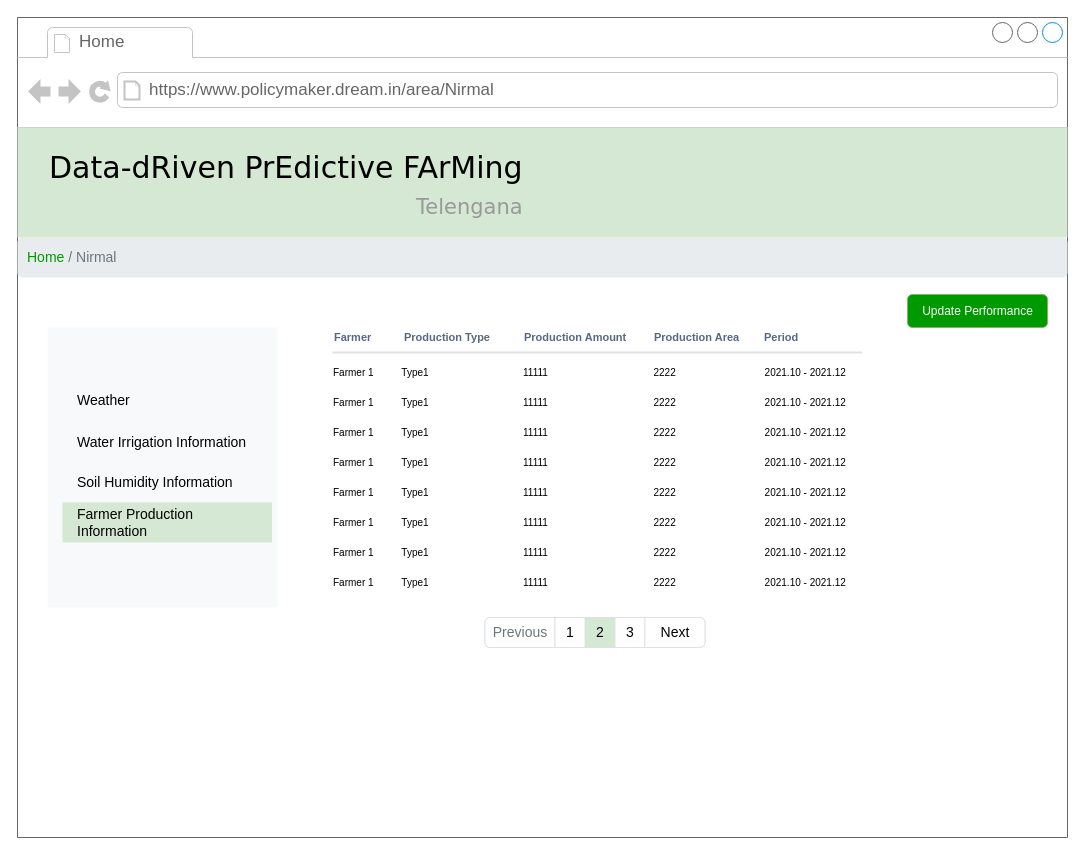
Earlier version of the draw.io diagram page "pm-area information" (7 of 11) of RASD/diagrams/User Interface.drawio (ictar/DREAM-SE2-Project-2022). Source tidied: cells renumbered, new cells numbered last; positions are measured from the earlier drawing's top-left corner, leaving out a move shared by most shapes. Both pictures are drawn from the tidied source at 100%, with x=0, y=0 at pixel (17, 17).
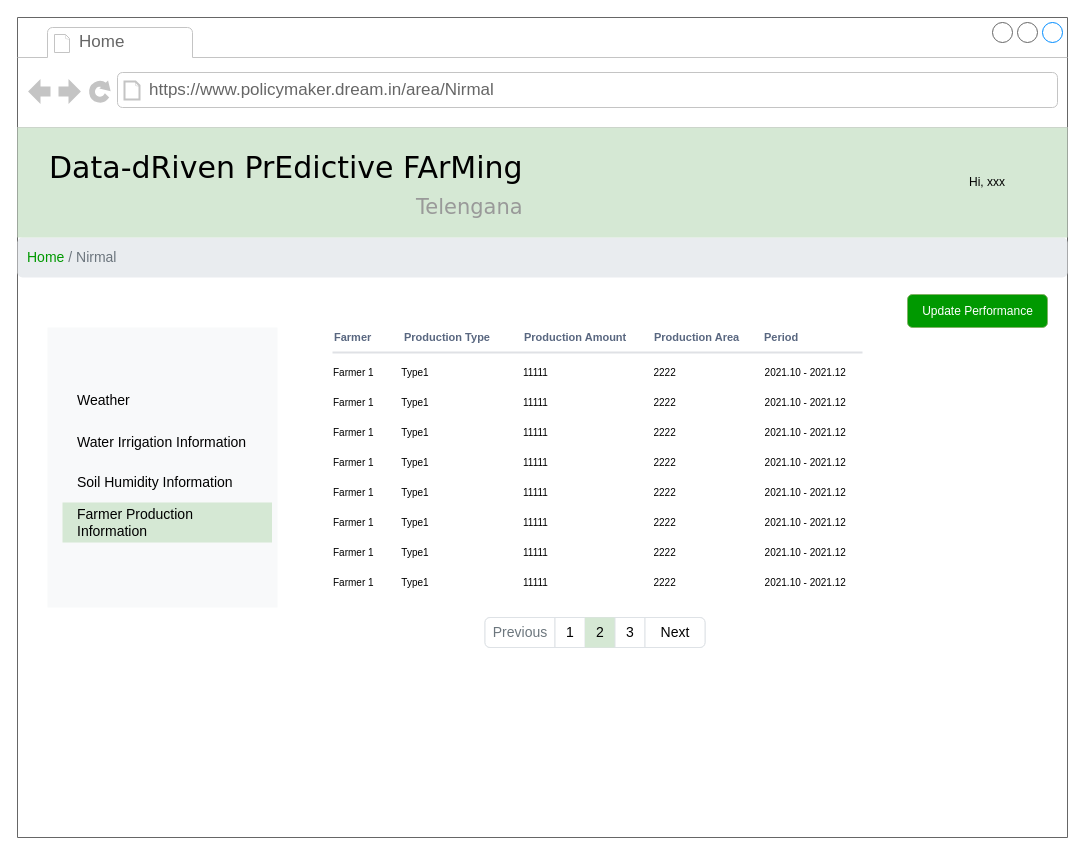
The same diagram, later.

Change to the diagram source:
```diff
@@
+    <mxCell id="36" value="Hi, xxx" style="text;html=1;strokeColor=none;fillColor=none;align=center;verticalAlign=middle;whiteSpace=wrap;rounded=0;fontSize=12;fontColor=#000000;" parent="1" vertex="1">
+      <mxGeometry x="940" y="150" width="60" height="30" as="geometry" />
+    </mxCell>
```
